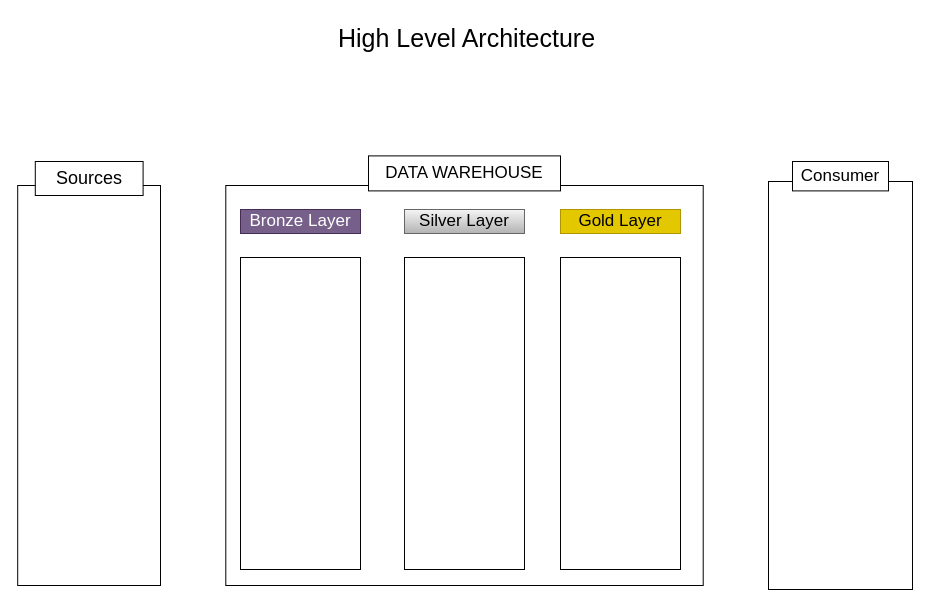
Earlier version of the draw.io diagram Architecture.drawio (DataWithRishal/Enterprise-Sales-Architecture-SQL). Source tidied: cells renumbered, new cells numbered last; positions are measured from the earlier drawing's top-left corner, leaving out a move shared by most shapes. Both pictures are drawn from the tidied source at 100%, with x=0, y=0 at pixel (-111, 17).
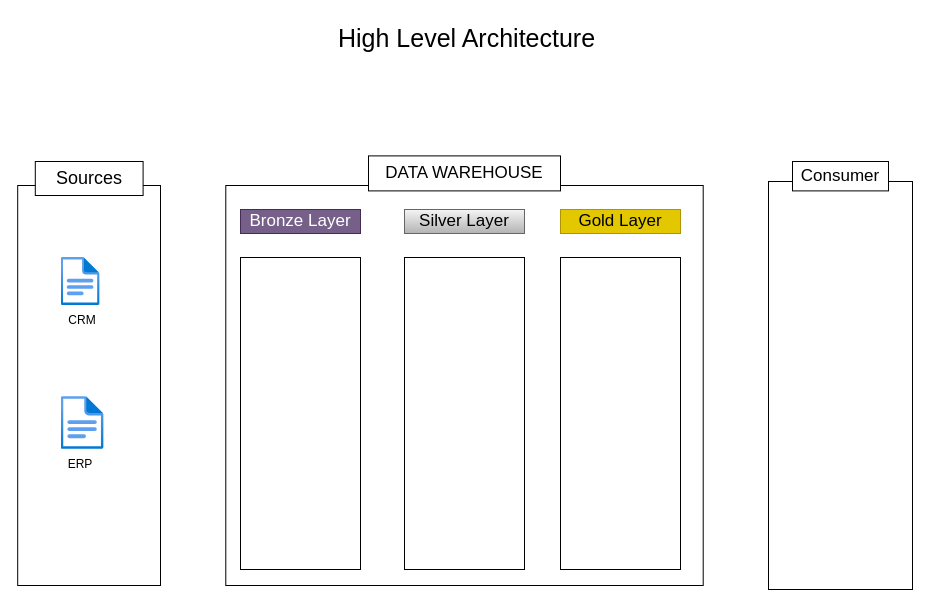
Above is the later version.

What changed in the source:
```diff
@@
 <mxGraphModel>
   <root>
     <mxCell id="0" />
     <mxCell id="1" parent="0" />
     <mxCell id="2" value="&lt;p style=&quot;margin: 0px; font-style: normal; font-variant-caps: normal; font-weight: normal; font-width: normal; line-height: normal; font-family: Helvetica; font-size-adjust: none; font-kerning: auto; font-variant-alternates: normal; font-variant-ligatures: normal; font-variant-numeric: normal; font-variant-east-asian: normal; font-variant-position: normal; font-variant-emoji: normal; font-feature-settings: normal; font-optical-sizing: auto; font-variation-settings: normal;&quot;&gt;High Level Architecture&lt;/p&gt;" style="text;html=1;whiteSpace=wrap;overflow=hidden;rounded=0;fontSize=25;" parent="1" vertex="1">
       <mxGeometry x="447" width="310" height="48" as="geometry" />
     </mxCell>
     <mxCell id="3" style="rounded=0;whiteSpace=wrap;html=1;rotation=90;" parent="1" vertex="1">
       <mxGeometry x="-0.4" y="296.6" width="400" height="142.8" as="geometry" />
     </mxCell>
     <mxCell id="4" value="Sources" style="rounded=0;whiteSpace=wrap;html=1;fontSize=18;fontColor=light-dark(#000000,#FFFFFF);" parent="1" vertex="1">
       <mxGeometry x="145.8" y="144" width="107.8" height="34" as="geometry" />
     </mxCell>
     <mxCell id="5" style="rounded=0;whiteSpace=wrap;html=1;rotation=90;" parent="1" vertex="1">
       <mxGeometry x="375" y="129.3" width="400" height="477.4" as="geometry" />
     </mxCell>
     <mxCell id="6" value="DATA WAREHOUSE" style="rounded=0;whiteSpace=wrap;html=1;fontSize=17;" parent="1" vertex="1">
       <mxGeometry x="479" y="138.4" width="192" height="35" as="geometry" />
     </mxCell>
     <mxCell id="7" style="rounded=0;whiteSpace=wrap;html=1;direction=south;" parent="1" vertex="1">
       <mxGeometry x="879" y="164" width="144" height="408" as="geometry" />
     </mxCell>
     <mxCell id="8" value="Consumer" style="rounded=0;whiteSpace=wrap;html=1;fontSize=17;" parent="1" vertex="1">
       <mxGeometry x="903" y="144" width="96" height="29.4" as="geometry" />
     </mxCell>
     <mxCell id="9" value="Bronze Layer" style="rounded=0;whiteSpace=wrap;html=1;fontSize=17;fillColor=#76608a;fontColor=#ffffff;strokeColor=#432D57;" parent="1" vertex="1">
       <mxGeometry x="351" y="192" width="120" height="24" as="geometry" />
     </mxCell>
     <mxCell id="10" style="rounded=0;whiteSpace=wrap;html=1;direction=south;" parent="1" vertex="1">
       <mxGeometry x="351" y="240" width="120" height="312" as="geometry" />
     </mxCell>
     <mxCell id="11" value="Silver Layer" style="rounded=0;whiteSpace=wrap;html=1;fontSize=17;fillColor=#f5f5f5;strokeColor=#666666;gradientColor=#b3b3b3;" parent="1" vertex="1">
       <mxGeometry x="515" y="192" width="120" height="24" as="geometry" />
     </mxCell>
     <mxCell id="12" style="rounded=0;whiteSpace=wrap;html=1;direction=south;" parent="1" vertex="1">
       <mxGeometry x="515" y="240" width="120" height="312" as="geometry" />
     </mxCell>
     <mxCell id="13" style="rounded=0;whiteSpace=wrap;html=1;direction=south;" parent="1" vertex="1">
       <mxGeometry x="671" y="240" width="120" height="312" as="geometry" />
     </mxCell>
     <mxCell id="14" value="Gold Layer" style="rounded=0;whiteSpace=wrap;html=1;fontSize=17;fillColor=#e3c800;strokeColor=#B09500;fontColor=#000000;" parent="1" vertex="1">
       <mxGeometry x="671" y="192" width="120" height="24" as="geometry" />
     </mxCell>
+    <mxCell id="15" style="image;html=1;align=center;fontSize=12;image=img/lib/azure2/general/File.svg;" parent="1" vertex="1">
+      <mxGeometry x="171.6" y="240" width="39" height="48" as="geometry" />
+    </mxCell>
+    <mxCell id="16" style="image;html=1;align=center;fontSize=12;image=img/lib/azure2/general/File.svg;" parent="1" vertex="1">
+      <mxGeometry x="171.6" y="379" width="43" height="53" as="geometry" />
+    </mxCell>
+    <mxCell id="17" value="CRM" style="text;html=1;whiteSpace=wrap;strokeColor=none;fillColor=none;align=center;verticalAlign=middle;rounded=0;" parent="1" vertex="1">
+      <mxGeometry x="163.1" y="288" width="60" height="30" as="geometry" />
+    </mxCell>
+    <mxCell id="18" value="ERP&lt;div&gt;&lt;br&gt;&lt;/div&gt;" style="text;html=1;whiteSpace=wrap;strokeColor=none;fillColor=none;align=center;verticalAlign=middle;rounded=0;" parent="1" vertex="1">
+      <mxGeometry x="161.1" y="439.4" width="60" height="30" as="geometry" />
+    </mxCell>
   </root>
 </mxGraphModel>
```
